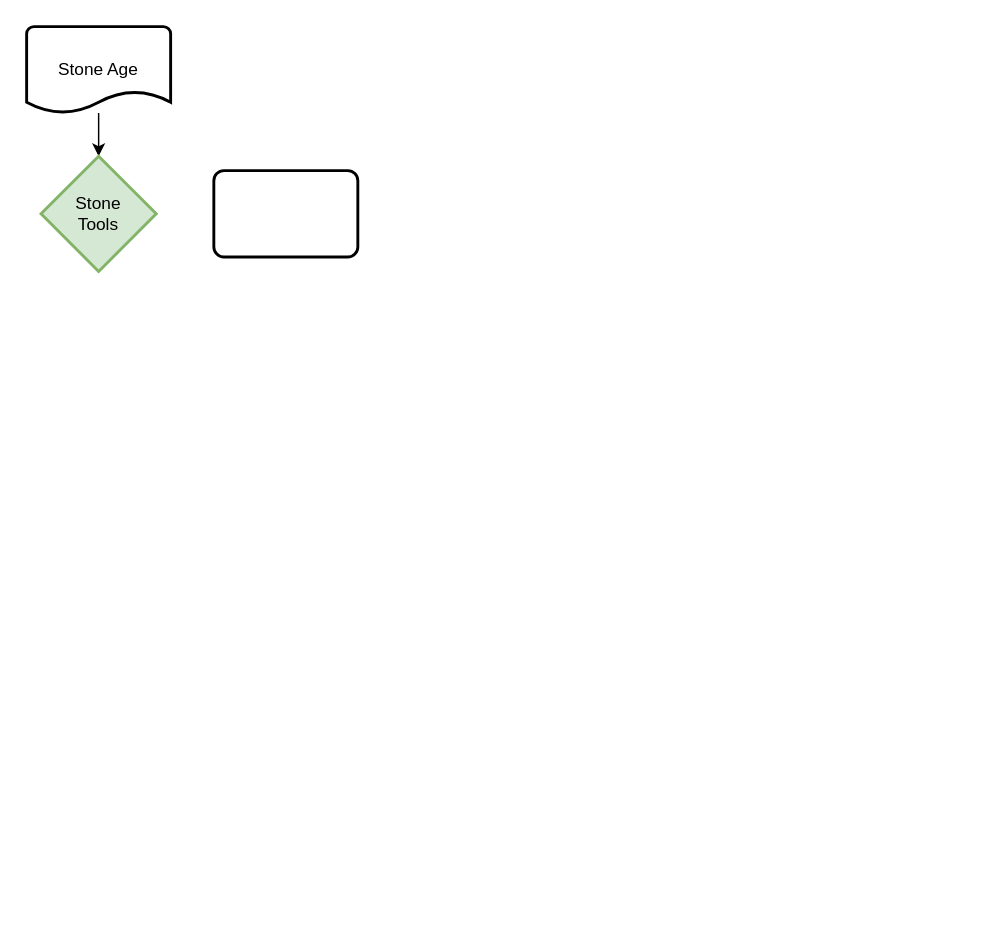
The draw.io diagram page "Stone Age" (5 of 5) of flowcharts/progression.drawio in MeepishRealms/Cog, before the edit. Source tidied: cells renumbered, new cells numbered last; positions are measured from the earlier drawing's top-left corner, leaving out a move shared by most shapes. Both pictures are drawn from the tidied source at 144%, with x=0, y=0 at pixel (26, 26).
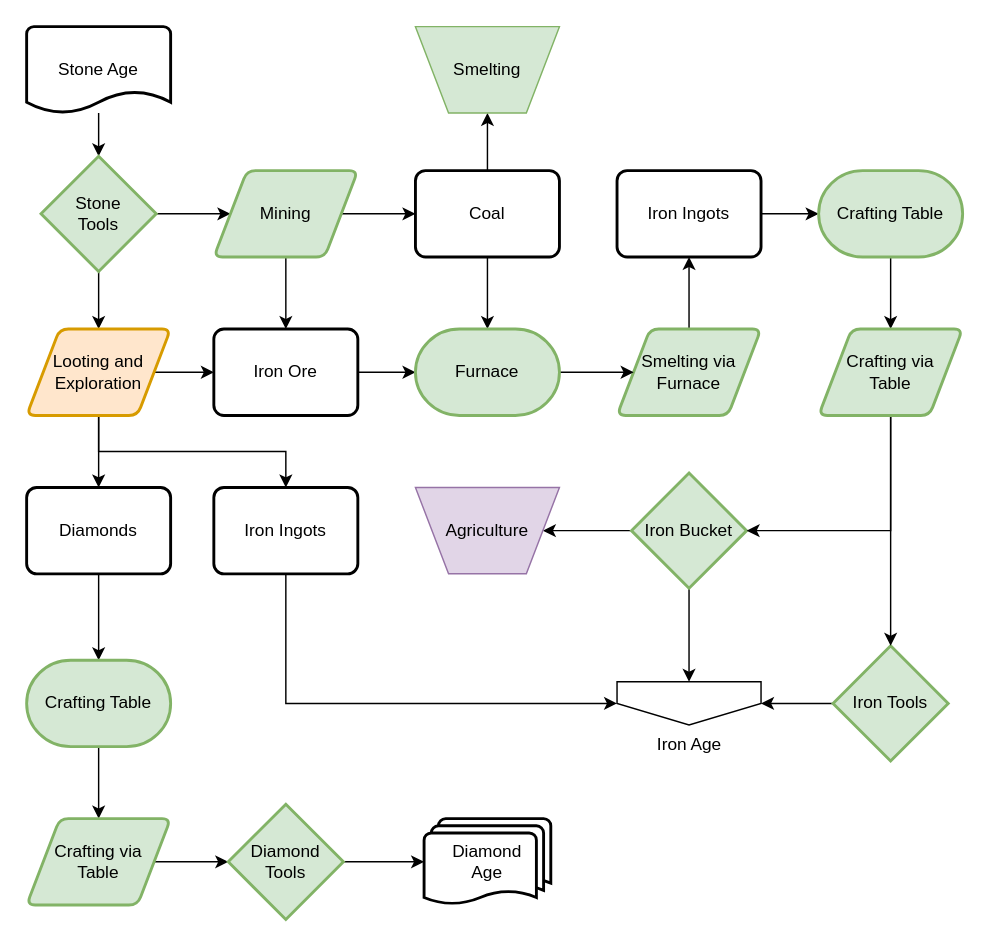
After the change.

Unchanged cells that the change refers to:
```xml
<mxCell id="4" value="Stone&lt;br&gt;Tools" style="strokeWidth=2;html=1;shape=mxgraph.flowchart.decision;whiteSpace=wrap;fillColor=#d5e8d4;strokeColor=#82b366;" parent="1" vertex="1">
  <mxGeometry x="10" y="90" width="80" height="80" as="geometry" />
</mxCell>
```

Diff of the diagram source:
```diff
@@
+    <mxCell id="6" style="edgeStyle=orthogonalEdgeStyle;rounded=0;jettySize=auto;html=1;" parent="1" edge="1" source="4" target="10">
+      <mxGeometry relative="1" as="geometry" />
+    </mxCell>
+    <mxCell id="7" style="edgeStyle=orthogonalEdgeStyle;rounded=0;jettySize=auto;html=1;" parent="1" edge="1" source="4" target="35">
+      <mxGeometry relative="1" as="geometry" />
+    </mxCell>
@@
-    <mxCell id="5" style="rounded=1;whiteSpace=wrap;html=1;absoluteArcSize=1;arcSize=14;strokeWidth=2;" parent="1" vertex="1">
-      <mxGeometry x="130" y="100" width="100" height="60" as="geometry" />
-    </mxCell>
+    <mxCell id="8" style="edgeStyle=orthogonalEdgeStyle;rounded=0;jettySize=auto;html=1;exitX=1;exitY=0.5;exitDx=0;exitDy=0;entryX=0;entryY=0.5;entryDx=0;entryDy=0;" parent="1" edge="1" source="10" target="13">
+      <mxGeometry relative="1" as="geometry" />
+    </mxCell>
+    <mxCell id="9" style="edgeStyle=orthogonalEdgeStyle;rounded=0;jettySize=auto;html=1;" parent="1" edge="1" source="10" target="16">
+      <mxGeometry relative="1" as="geometry" />
+    </mxCell>
+    <mxCell id="10" value="Mining" style="shape=parallelogram;html=1;strokeWidth=2;perimeter=parallelogramPerimeter;whiteSpace=wrap;rounded=1;arcSize=12;size=0.23;fillColor=#d5e8d4;strokeColor=#82b366;" parent="1" vertex="1">
+      <mxGeometry x="130" y="100" width="100" height="60" as="geometry" />
+    </mxCell>
+    <mxCell id="11" style="edgeStyle=orthogonalEdgeStyle;rounded=0;jettySize=auto;html=1;" parent="1" edge="1" source="13" target="14">
+      <mxGeometry relative="1" as="geometry" />
+    </mxCell>
+    <mxCell id="12" style="edgeStyle=orthogonalEdgeStyle;rounded=0;jettySize=auto;html=1;" parent="1" edge="1" source="13" target="20">
+      <mxGeometry relative="1" as="geometry" />
+    </mxCell>
+    <mxCell id="13" value="Coal" style="rounded=1;whiteSpace=wrap;html=1;absoluteArcSize=1;arcSize=14;strokeWidth=2;" parent="1" vertex="1">
+      <mxGeometry x="270" y="100" width="100" height="60" as="geometry" />
+    </mxCell>
+    <mxCell id="14" value="Smelting" style="verticalLabelPosition=middle;verticalAlign=middle;html=1;shape=trapezoid;perimeter=trapezoidPerimeter;whiteSpace=wrap;size=0.23;arcSize=10;flipV=1;labelPosition=center;align=center;fillColor=#d5e8d4;strokeColor=#82b366;" parent="1" vertex="1">
+      <mxGeometry x="270" width="100" height="60" as="geometry" />
+    </mxCell>
+    <mxCell id="15" style="edgeStyle=orthogonalEdgeStyle;rounded=0;jettySize=auto;html=1;" parent="1" edge="1" source="16" target="20">
+      <mxGeometry relative="1" as="geometry" />
+    </mxCell>
+    <mxCell id="16" value="Iron Ore" style="rounded=1;whiteSpace=wrap;html=1;absoluteArcSize=1;arcSize=14;strokeWidth=2;" parent="1" vertex="1">
+      <mxGeometry x="130" y="210" width="100" height="60" as="geometry" />
+    </mxCell>
+    <mxCell id="17" style="edgeStyle=orthogonalEdgeStyle;rounded=0;jettySize=auto;html=1;" parent="1" edge="1" source="18" target="22">
+      <mxGeometry relative="1" as="geometry" />
+    </mxCell>
+    <mxCell id="18" value="Smelting via&lt;br&gt;Furnace" style="shape=parallelogram;html=1;strokeWidth=2;perimeter=parallelogramPerimeter;whiteSpace=wrap;rounded=1;arcSize=12;size=0.23;fillColor=#d5e8d4;strokeColor=#82b366;" parent="1" vertex="1">
+      <mxGeometry x="410" y="210" width="100" height="60" as="geometry" />
+    </mxCell>
+    <mxCell id="19" style="edgeStyle=orthogonalEdgeStyle;rounded=0;jettySize=auto;html=1;" parent="1" edge="1" source="20" target="18">
+      <mxGeometry relative="1" as="geometry" />
+    </mxCell>
+    <mxCell id="20" value="Furnace" style="strokeWidth=2;html=1;shape=mxgraph.flowchart.terminator;whiteSpace=wrap;fillColor=#d5e8d4;strokeColor=#82b366;" parent="1" vertex="1">
+      <mxGeometry x="270" y="210" width="100" height="60" as="geometry" />
+    </mxCell>
+    <mxCell id="21" style="edgeStyle=orthogonalEdgeStyle;rounded=0;jettySize=auto;html=1;" parent="1" edge="1" source="22" target="24">
+      <mxGeometry relative="1" as="geometry" />
+    </mxCell>
+    <mxCell id="22" value="Iron Ingots" style="rounded=1;whiteSpace=wrap;html=1;absoluteArcSize=1;arcSize=14;strokeWidth=2;" parent="1" vertex="1">
+      <mxGeometry x="410" y="100" width="100" height="60" as="geometry" />
+    </mxCell>
+    <mxCell id="23" style="edgeStyle=orthogonalEdgeStyle;rounded=0;jettySize=auto;html=1;" parent="1" edge="1" source="24" target="40">
+      <mxGeometry relative="1" as="geometry" />
+    </mxCell>
+    <mxCell id="24" value="Crafting Table" style="strokeWidth=2;html=1;shape=mxgraph.flowchart.terminator;whiteSpace=wrap;fillColor=#d5e8d4;strokeColor=#82b366;" parent="1" vertex="1">
+      <mxGeometry x="550" y="100" width="100" height="60" as="geometry" />
+    </mxCell>
+    <mxCell id="25" style="edgeStyle=orthogonalEdgeStyle;rounded=0;jettySize=auto;html=1;" parent="1" edge="1" source="27" target="30">
+      <mxGeometry relative="1" as="geometry" />
+    </mxCell>
+    <mxCell id="26" style="edgeStyle=orthogonalEdgeStyle;rounded=0;jettySize=auto;html=1;" parent="1" edge="1" source="27" target="31">
+      <mxGeometry relative="1" as="geometry" />
+    </mxCell>
+    <mxCell id="27" value="Iron Bucket" style="strokeWidth=2;html=1;shape=mxgraph.flowchart.decision;whiteSpace=wrap;fillColor=#d5e8d4;strokeColor=#82b366;" parent="1" vertex="1">
+      <mxGeometry x="420" y="310" width="80" height="80" as="geometry" />
+    </mxCell>
+    <mxCell id="28" style="edgeStyle=orthogonalEdgeStyle;rounded=0;jettySize=auto;html=1;" parent="1" edge="1" source="29" target="30">
+      <mxGeometry relative="1" as="geometry" />
+    </mxCell>
+    <mxCell id="29" value="Iron Tools" style="strokeWidth=2;html=1;shape=mxgraph.flowchart.decision;whiteSpace=wrap;fillColor=#d5e8d4;strokeColor=#82b366;" parent="1" vertex="1">
+      <mxGeometry x="560" y="430" width="80" height="80" as="geometry" />
+    </mxCell>
+    <mxCell id="30" value="Iron Age" style="verticalLabelPosition=bottom;verticalAlign=top;html=1;shape=offPageConnector;rounded=0;size=0.5;" parent="1" vertex="1">
+      <mxGeometry x="410" y="455" width="100" height="30" as="geometry" />
+    </mxCell>
+    <mxCell id="31" value="Agriculture" style="verticalLabelPosition=middle;verticalAlign=middle;html=1;shape=trapezoid;perimeter=trapezoidPerimeter;whiteSpace=wrap;size=0.23;arcSize=10;flipV=1;labelPosition=center;align=center;fillColor=#e1d5e7;strokeColor=#9673a6;" parent="1" vertex="1">
+      <mxGeometry x="270" y="320" width="100" height="60" as="geometry" />
+    </mxCell>
+    <mxCell id="32" style="edgeStyle=orthogonalEdgeStyle;rounded=0;jettySize=auto;html=1;" parent="1" edge="1" source="35" target="16">
+      <mxGeometry relative="1" as="geometry" />
+    </mxCell>
+    <mxCell id="33" style="edgeStyle=orthogonalEdgeStyle;rounded=0;jettySize=auto;html=1;exitX=0.5;exitY=1;exitDx=0;exitDy=0;entryX=0.5;entryY=0;entryDx=0;entryDy=0;" parent="1" edge="1" source="35" target="37">
+      <mxGeometry relative="1" as="geometry" />
+    </mxCell>
+    <mxCell id="34" style="edgeStyle=orthogonalEdgeStyle;rounded=0;jettySize=auto;html=1;exitX=0.5;exitY=1;exitDx=0;exitDy=0;entryX=0.5;entryY=0;entryDx=0;entryDy=0;" parent="1" edge="1" source="35" target="42">
+      <mxGeometry relative="1" as="geometry" />
+    </mxCell>
+    <mxCell id="35" value="Looting and&lt;br&gt;Exploration" style="shape=parallelogram;html=1;strokeWidth=2;perimeter=parallelogramPerimeter;whiteSpace=wrap;rounded=1;arcSize=12;size=0.23;fillColor=#ffe6cc;strokeColor=#d79b00;" parent="1" vertex="1">
+      <mxGeometry y="210" width="100" height="60" as="geometry" />
+    </mxCell>
+    <mxCell id="36" style="edgeStyle=orthogonalEdgeStyle;rounded=0;jettySize=auto;html=1;exitX=0.5;exitY=1;exitDx=0;exitDy=0;entryX=0;entryY=0.5;entryDx=0;entryDy=0;" parent="1" edge="1" source="37" target="30">
+      <mxGeometry relative="1" as="geometry" />
+    </mxCell>
+    <mxCell id="37" value="Iron Ingots" style="rounded=1;whiteSpace=wrap;html=1;absoluteArcSize=1;arcSize=14;strokeWidth=2;" parent="1" vertex="1">
+      <mxGeometry x="130" y="320" width="100" height="60" as="geometry" />
+    </mxCell>
+    <mxCell id="38" style="edgeStyle=orthogonalEdgeStyle;rounded=0;jettySize=auto;html=1;exitX=0.5;exitY=1;exitDx=0;exitDy=0;entryX=0.5;entryY=0;entryDx=0;entryDy=0;entryPerimeter=0;" parent="1" edge="1" source="40" target="29">
+      <mxGeometry relative="1" as="geometry" />
+    </mxCell>
+    <mxCell id="39" style="edgeStyle=orthogonalEdgeStyle;rounded=0;jettySize=auto;html=1;exitX=0.5;exitY=1;exitDx=0;exitDy=0;entryX=1;entryY=0.5;entryDx=0;entryDy=0;entryPerimeter=0;" parent="1" edge="1" source="40" target="27">
+      <mxGeometry relative="1" as="geometry" />
+    </mxCell>
+    <mxCell id="40" value="Crafting via&lt;br&gt;Table" style="shape=parallelogram;html=1;strokeWidth=2;perimeter=parallelogramPerimeter;whiteSpace=wrap;rounded=1;arcSize=12;size=0.23;fillColor=#d5e8d4;strokeColor=#82b366;" parent="1" vertex="1">
+      <mxGeometry x="550" y="210" width="100" height="60" as="geometry" />
+    </mxCell>
+    <mxCell id="41" style="edgeStyle=orthogonalEdgeStyle;rounded=0;jettySize=auto;html=1;" parent="1" edge="1" source="42" target="44">
+      <mxGeometry relative="1" as="geometry" />
+    </mxCell>
+    <mxCell id="42" value="Diamonds" style="rounded=1;whiteSpace=wrap;html=1;absoluteArcSize=1;arcSize=14;strokeWidth=2;" parent="1" vertex="1">
+      <mxGeometry y="320" width="100" height="60" as="geometry" />
+    </mxCell>
+    <mxCell id="43" style="edgeStyle=orthogonalEdgeStyle;rounded=0;jettySize=auto;html=1;" parent="1" edge="1" source="44" target="46">
+      <mxGeometry relative="1" as="geometry" />
+    </mxCell>
+    <mxCell id="44" value="Crafting Table" style="strokeWidth=2;html=1;shape=mxgraph.flowchart.terminator;whiteSpace=wrap;fillColor=#d5e8d4;strokeColor=#82b366;" parent="1" vertex="1">
+      <mxGeometry y="440" width="100" height="60" as="geometry" />
+    </mxCell>
+    <mxCell id="45" style="edgeStyle=orthogonalEdgeStyle;rounded=0;jettySize=auto;html=1;" parent="1" edge="1" source="46" target="48">
+      <mxGeometry relative="1" as="geometry" />
+    </mxCell>
+    <mxCell id="46" value="Crafting via&lt;br&gt;Table" style="shape=parallelogram;html=1;strokeWidth=2;perimeter=parallelogramPerimeter;whiteSpace=wrap;rounded=1;arcSize=12;size=0.23;fillColor=#d5e8d4;strokeColor=#82b366;" parent="1" vertex="1">
+      <mxGeometry y="550" width="100" height="60" as="geometry" />
+    </mxCell>
+    <mxCell id="47" style="edgeStyle=orthogonalEdgeStyle;rounded=0;jettySize=auto;html=1;" parent="1" edge="1" source="48" target="49">
+      <mxGeometry relative="1" as="geometry" />
+    </mxCell>
+    <mxCell id="48" value="Diamond&lt;br&gt;Tools" style="strokeWidth=2;html=1;shape=mxgraph.flowchart.decision;whiteSpace=wrap;fillColor=#d5e8d4;strokeColor=#82b366;" parent="1" vertex="1">
+      <mxGeometry x="140" y="540" width="80" height="80" as="geometry" />
+    </mxCell>
+    <mxCell id="49" value="Diamond&lt;br&gt;Age" style="strokeWidth=2;html=1;shape=mxgraph.flowchart.multi-document;whiteSpace=wrap;" parent="1" vertex="1">
+      <mxGeometry x="276" y="550" width="88" height="60" as="geometry" />
+    </mxCell>
```
